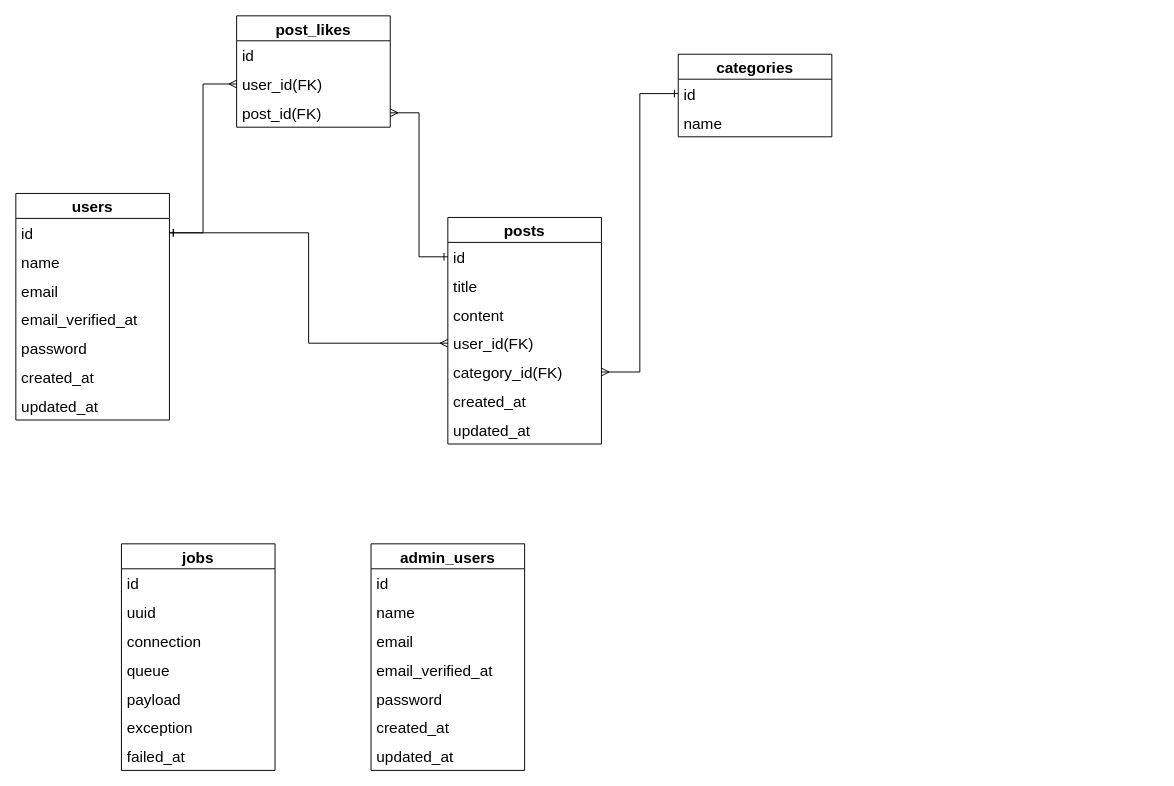
Before: db.dio in SHIRO-11/promemo-back, a draw.io diagram. Source tidied: cells renumbered, new cells numbered last; positions are measured from the earlier drawing's top-left corner, leaving out a move shared by most shapes. Both pictures are drawn from the tidied source at 96%, with x=0, y=0 at pixel (15, 15).
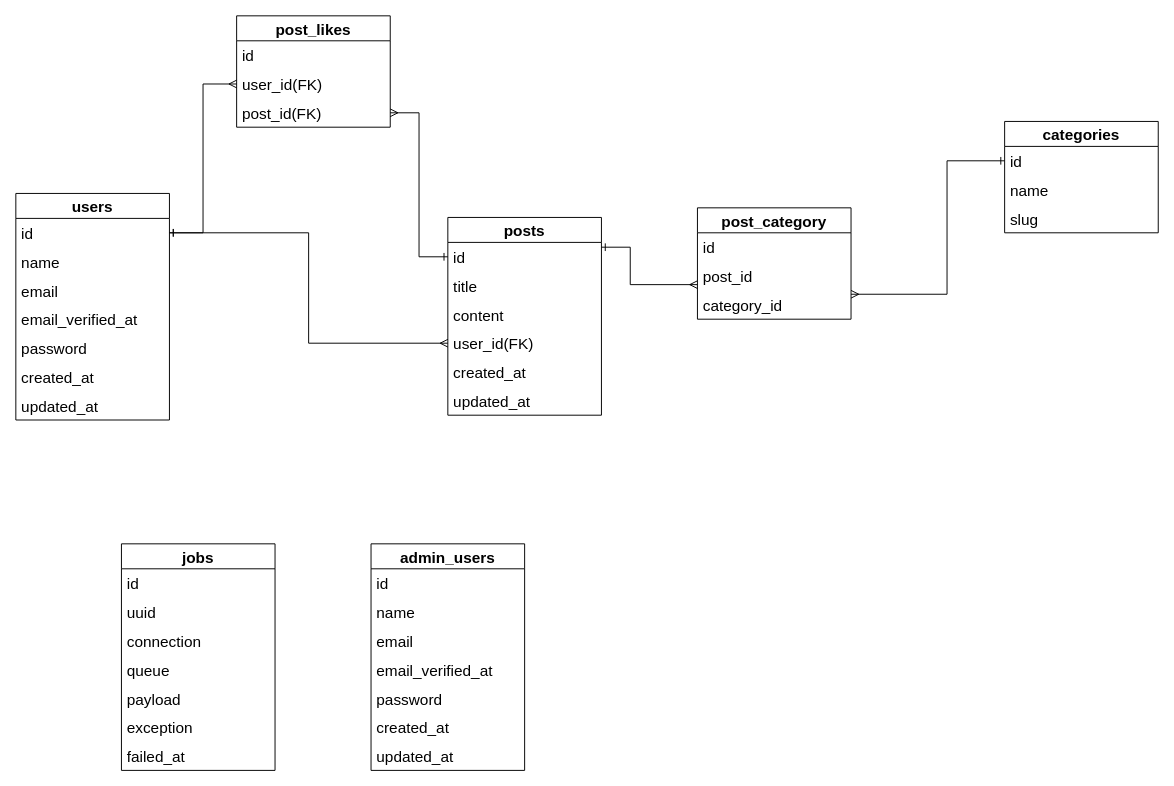
The same page after the edit.

The change refers to these unchanged cells:
```xml
<mxCell id="3" value="id" style="text;strokeColor=none;fillColor=none;spacingLeft=4;spacingRight=4;overflow=hidden;points=[[0,0.5],[1,0.5]];portConstraint=eastwest;fontSize=16;" parent="2" vertex="1">
  <mxGeometry y="26" width="160" height="30" as="geometry" />
</mxCell>
<mxCell id="42" value="id" style="text;strokeColor=none;fillColor=none;spacingLeft=4;spacingRight=4;overflow=hidden;points=[[0,0.5],[1,0.5]];portConstraint=eastwest;fontSize=16;" parent="41" vertex="1">
  <mxGeometry y="26" width="160" height="30" as="geometry" />
</mxCell>
```

Change to the diagram source:
```diff
@@
     <mxCell id="2" value="posts" style="swimlane;fontStyle=1;horizontal=1;startSize=26;align=center;fontSize=16;" parent="1" vertex="1">
-      <mxGeometry x="450" y="210" width="160" height="236" as="geometry" />
+      <mxGeometry x="450" y="210" width="160" height="206" as="geometry" />
     </mxCell>
@@
-    <mxCell id="7" value="category_id(FK)" style="text;strokeColor=none;fillColor=none;spacingLeft=4;spacingRight=4;overflow=hidden;points=[[0,0.5],[1,0.5]];portConstraint=eastwest;fontSize=16;fontStyle=0;" parent="2" vertex="1">
-      <mxGeometry y="146" width="160" height="30" as="geometry" />
-    </mxCell>
     <mxCell id="8" value="created_at&#10;" style="text;strokeColor=none;fillColor=none;spacingLeft=4;spacingRight=4;overflow=hidden;fontSize=16;" parent="2" vertex="1">
-      <mxGeometry y="176" width="160" height="30" as="geometry" />
+      <mxGeometry y="146" width="160" height="30" as="geometry" />
     </mxCell>
     <mxCell id="9" value="updated_at" style="text;strokeColor=none;fillColor=none;spacingLeft=4;spacingRight=4;overflow=hidden;fontSize=16;" parent="2" vertex="1">
-      <mxGeometry y="206" width="160" height="30" as="geometry" />
+      <mxGeometry y="176" width="160" height="30" as="geometry" />
     </mxCell>
@@
     <mxCell id="41" value="categories" style="swimlane;fontStyle=1;horizontal=1;startSize=26;align=center;fontSize=16;" parent="1" vertex="1">
-      <mxGeometry x="690" y="40" width="160" height="86" as="geometry" />
+      <mxGeometry x="1030" y="110" width="160" height="116" as="geometry" />
     </mxCell>
@@
+    <mxCell id="45" value="slug" style="text;strokeColor=none;fillColor=none;spacingLeft=4;spacingRight=4;overflow=hidden;fontSize=16;" parent="41" vertex="1">
+      <mxGeometry y="86" width="160" height="30" as="geometry" />
+    </mxCell>
-    <mxCell id="44" style="edgeStyle=orthogonalEdgeStyle;rounded=0;jettySize=auto;html=1;fontSize=16;endArrow=ERmany;endFill=0;startArrow=ERone;startFill=0;" parent="1" edge="1" source="42" target="7">
-      <mxGeometry relative="1" as="geometry" />
+    <mxCell id="44" style="edgeStyle=orthogonalEdgeStyle;rounded=0;jettySize=auto;html=1;fontSize=16;endArrow=ERmany;endFill=0;startArrow=ERone;startFill=0;" parent="1" edge="1" source="3" target="48">
+      <mxGeometry relative="1" as="geometry">
+        <Array as="points">
+          <mxPoint x="640" y="241" />
+          <mxPoint x="640" y="280" />
+        </Array>
+      </mxGeometry>
     </mxCell>
+    <mxCell id="46" value="post_category" style="swimlane;fontStyle=1;horizontal=1;startSize=26;align=center;fontSize=16;" parent="1" vertex="1">
+      <mxGeometry x="710" y="200" width="160" height="116" as="geometry" />
+    </mxCell>
+    <mxCell id="47" value="id" style="text;strokeColor=none;fillColor=none;spacingLeft=4;spacingRight=4;overflow=hidden;fontSize=16;" parent="46" vertex="1">
+      <mxGeometry y="26" width="160" height="30" as="geometry" />
+    </mxCell>
+    <mxCell id="48" value="post_id" style="text;strokeColor=none;fillColor=none;spacingLeft=4;spacingRight=4;overflow=hidden;points=[[0,0.5],[1,0.5]];portConstraint=eastwest;fontSize=16;" parent="46" vertex="1">
+      <mxGeometry y="56" width="160" height="30" as="geometry" />
+    </mxCell>
+    <mxCell id="49" value="category_id&#10;" style="text;strokeColor=none;fillColor=none;spacingLeft=4;spacingRight=4;overflow=hidden;points=[[0,0.5],[1,0.5]];portConstraint=eastwest;fontSize=16;" parent="46" vertex="1">
+      <mxGeometry y="86" width="160" height="30" as="geometry" />
+    </mxCell>
+    <mxCell id="50" style="edgeStyle=orthogonalEdgeStyle;rounded=0;jettySize=auto;html=1;fontSize=16;endArrow=ERmany;endFill=0;startArrow=ERone;startFill=0;" parent="1" edge="1" source="42" target="49">
+      <mxGeometry relative="1" as="geometry">
+        <Array as="points">
+          <mxPoint x="970" y="151" />
+          <mxPoint x="970" y="290" />
+        </Array>
+      </mxGeometry>
+    </mxCell>
```
